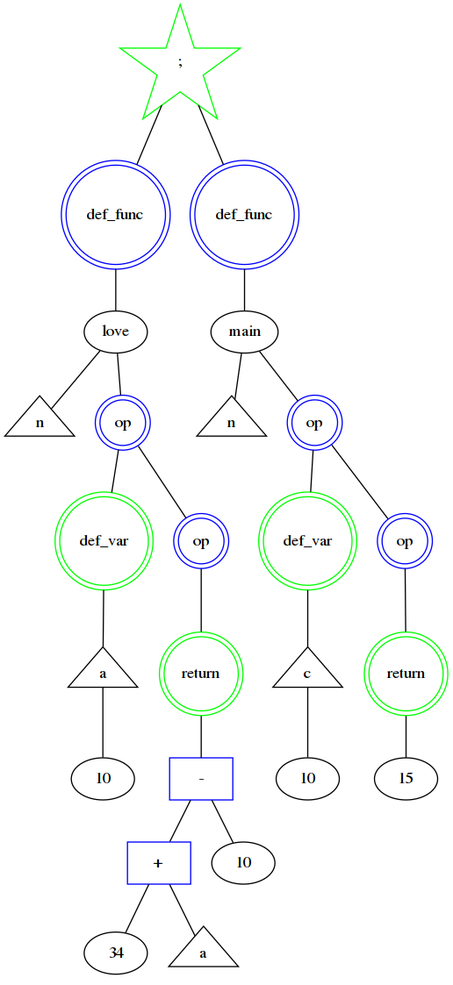
This is gr1.png from vvdvortsova/the_cure_language, a Graphviz export, as it was before one commit. Its source is kept beside it as gr1.dot.
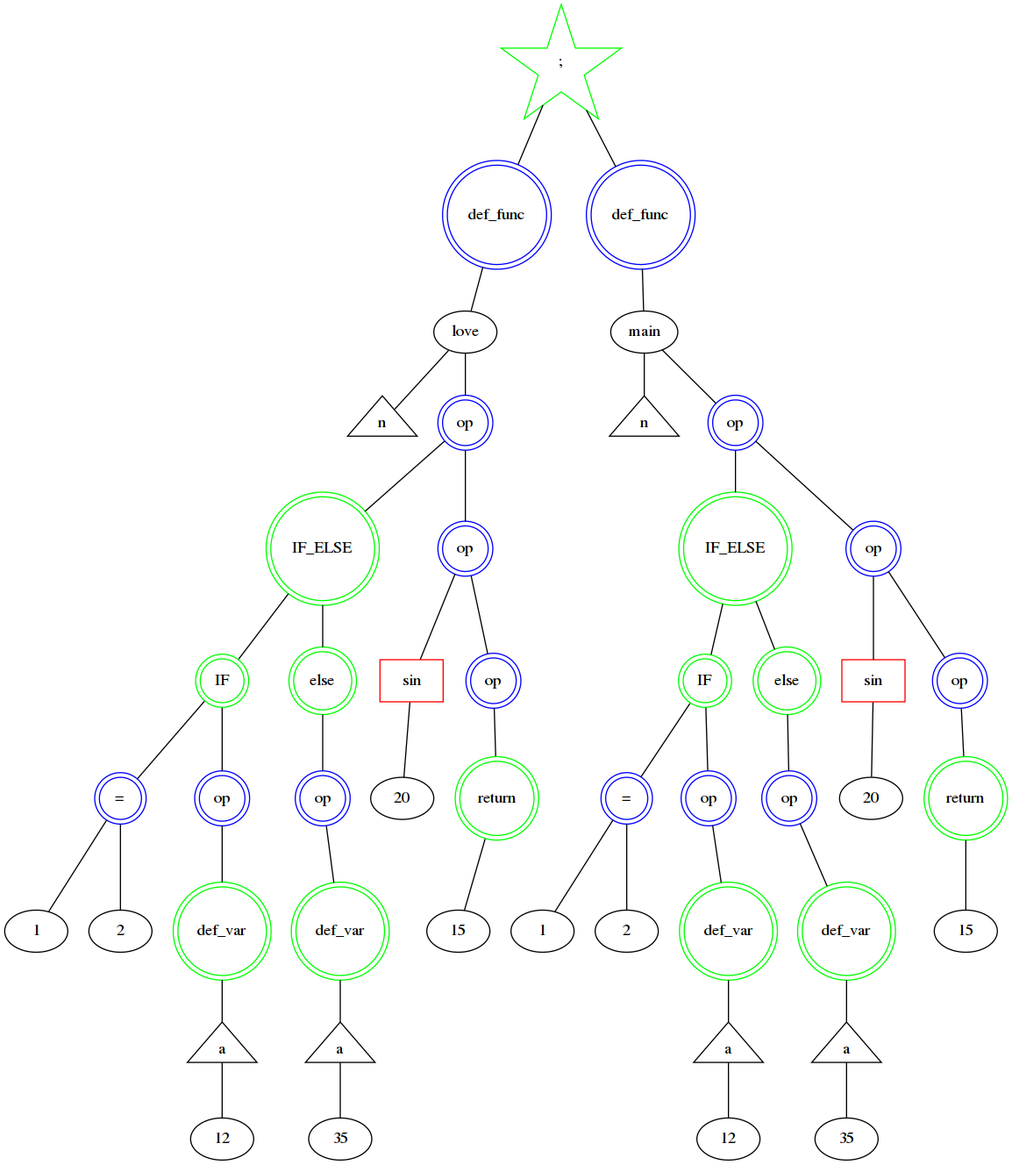
The same file after the commit.

Diff of the diagram source:
```diff
@@ -1,55 +1,103 @@
 graph astdump {
 _0P[shape=star, color=green,label=";"]
-_0P -- _6DF;
-_6DF[shape=doublecircle, color=blue,label="def_func"]
-_0P -- _13DF;
-_13DF[shape=doublecircle, color=blue,label="def_func"]
-_6DF[shape=doublecircle, color=blue,label="def_func"]
-_6DF -- _5FN;
-_5FN [label="love"]
-_5FN -- _3V;
+_0P -- _15DF;
+_15DF[shape=doublecircle, color=blue,label="def_func"]
+_0P -- _31DF;
+_31DF[shape=doublecircle, color=blue,label="def_func"]
+_15DF[shape=doublecircle, color=blue,label="def_func"]
+_15DF -- _14FN;
+_14FN [label="love"]
+_14FN -- _3V;
 _3V [shape=triangle,label="n"]
-_5FN -- _2OP;
-_2OP[shape=doublecircle, color=blue,label="op"]
-_2OP -- _6SO;
-_2OP -- _5OP;
-_6SO[shape=doublecircle, color=green,label="def_var"]
-_6SO -- _7V;
-_7V [shape=triangle,label="a"]
-_7V -- _9N10;
-_9N10 [label="10"]
-_5OP[shape=doublecircle, color=blue,label="op"]
-_5OP -- _2SO;
-_2SO[shape=doublecircle, color=green,label="return"]
-_2SO -- _17MO1;
-_17MO1 [label="1"]
-_17MO1[shape=box, color=blue,label="-"]
-_17MO1 -- _15MO0;
-_15MO0 [label="0"]
-_17MO1 -- _16N10;
-_16N10 [label="10"]
-_15MO0[shape=box, color=blue,label="+"]
-_15MO0 -- _12N34;
-_12N34 [label="34"]
-_15MO0 -- _14V;
+_14FN -- _9OP;
+_9OP[shape=doublecircle, color=blue,label="op"]
+_9OP -- _6SO;
+_9OP -- _11OP;
+_6SO[shape=doublecircle, color=green,label="IF_ELSE"]
+_6SO -- _7SO;
+_6SO -- _3SO;
+_7SO[shape=doublecircle, color=green,label="IF"]
+_7SO -- _5BOP;
+_7SO -- _3OP;
+_5BOP[shape=doublecircle, color=blue,label="="]
+_5BOP -- _8N1;
+_8N1 [label="1"]
+_5BOP -- _10N2;
+_10N2 [label="2"]
+_3OP[shape=doublecircle, color=blue,label="op"]
+_3OP -- _13SO;
+_13SO[shape=doublecircle, color=green,label="def_var"]
+_13SO -- _14V;
 _14V [shape=triangle,label="a"]
-_13DF[shape=doublecircle, color=blue,label="def_func"]
-_13DF -- _12FN;
-_12FN [label="main"]
-_12FN -- _23V;
-_23V [shape=triangle,label="n"]
-_12FN -- _9OP;
-_9OP[shape=doublecircle, color=blue,label="op"]
-_9OP -- _26SO;
-_9OP -- _12OP;
-_26SO[shape=doublecircle, color=green,label="def_var"]
-_26SO -- _27V;
-_27V [shape=triangle,label="c"]
-_27V -- _29N10;
-_29N10 [label="10"]
-_12OP[shape=doublecircle, color=blue,label="op"]
-_12OP -- _9SO;
-_9SO[shape=doublecircle, color=green,label="return"]
-_9SO -- _32N15;
-_32N15 [label="15"]
+_14V -- _16N12;
+_16N12 [label="12"]
+_3SO[shape=doublecircle, color=green,label="else"]
+_3SO -- _6OP;
+_6OP[shape=doublecircle, color=blue,label="op"]
+_6OP -- _21SO;
+_21SO[shape=doublecircle, color=green,label="def_var"]
+_21SO -- _22V;
+_22V [shape=triangle,label="a"]
+_22V -- _24N35;
+_24N35 [label="35"]
+_11OP[shape=doublecircle, color=blue,label="op"]
+_11OP -- _32MF7;
+_32MF7 [label="7"]
+_11OP -- _14OP;
+_32MF7[shape=box, color=red,label="sin"]
+_32MF7 -- _30N20;
+_30N20 [label="20"]
+_14OP[shape=doublecircle, color=blue,label="op"]
+_14OP -- _11SO;
+_11SO[shape=doublecircle, color=green,label="return"]
+_11SO -- _34N15;
+_34N15 [label="15"]
+_31DF[shape=doublecircle, color=blue,label="def_func"]
+_31DF -- _30FN;
+_30FN [label="main"]
+_30FN -- _41V;
+_41V [shape=triangle,label="n"]
+_30FN -- _25OP;
+_25OP[shape=doublecircle, color=blue,label="op"]
+_25OP -- _22SO;
+_25OP -- _27OP;
+_22SO[shape=doublecircle, color=green,label="IF_ELSE"]
+_22SO -- _45SO;
+_22SO -- _19SO;
+_45SO[shape=doublecircle, color=green,label="IF"]
+_45SO -- _21BOP;
+_45SO -- _19OP;
+_21BOP[shape=doublecircle, color=blue,label="="]
+_21BOP -- _46N1;
+_46N1 [label="1"]
+_21BOP -- _48N2;
+_48N2 [label="2"]
+_19OP[shape=doublecircle, color=blue,label="op"]
+_19OP -- _51SO;
+_51SO[shape=doublecircle, color=green,label="def_var"]
+_51SO -- _52V;
+_52V [shape=triangle,label="a"]
+_52V -- _54N12;
+_54N12 [label="12"]
+_19SO[shape=doublecircle, color=green,label="else"]
+_19SO -- _22OP;
+_22OP[shape=doublecircle, color=blue,label="op"]
+_22OP -- _59SO;
+_59SO[shape=doublecircle, color=green,label="def_var"]
+_59SO -- _60V;
+_60V [shape=triangle,label="a"]
+_60V -- _62N35;
+_62N35 [label="35"]
+_27OP[shape=doublecircle, color=blue,label="op"]
+_27OP -- _70MF7;
+_70MF7 [label="7"]
+_27OP -- _30OP;
+_70MF7[shape=box, color=red,label="sin"]
+_70MF7 -- _68N20;
+_68N20 [label="20"]
+_30OP[shape=doublecircle, color=blue,label="op"]
+_30OP -- _27SO;
+_27SO[shape=doublecircle, color=green,label="return"]
+_27SO -- _72N15;
+_72N15 [label="15"]
 }
```
